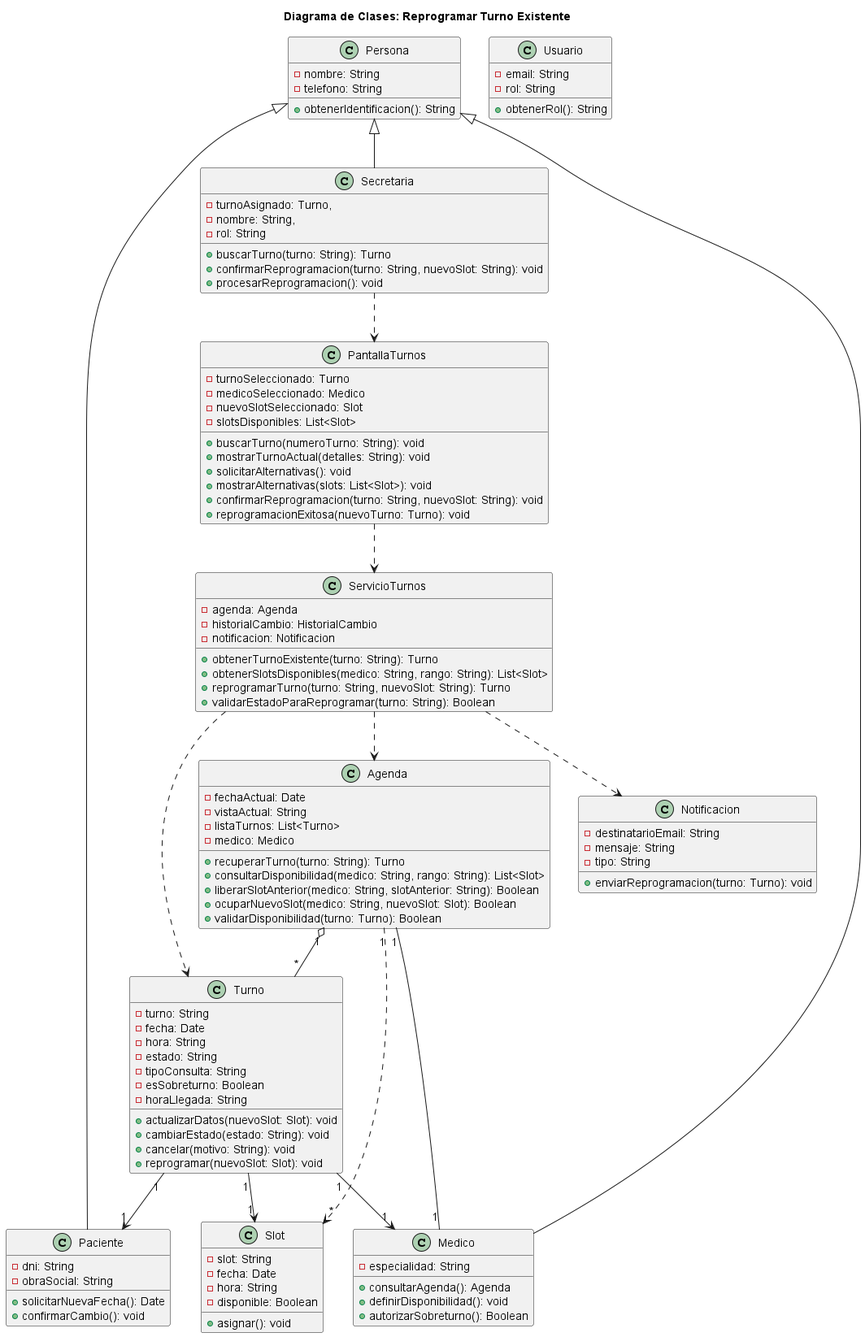
Above: diagramas/01-diagrama-clases/02-clases-reprogramar-turno-02.png in Purezaamor/SistemaTurnosMedicos (PlantUML), before the change.
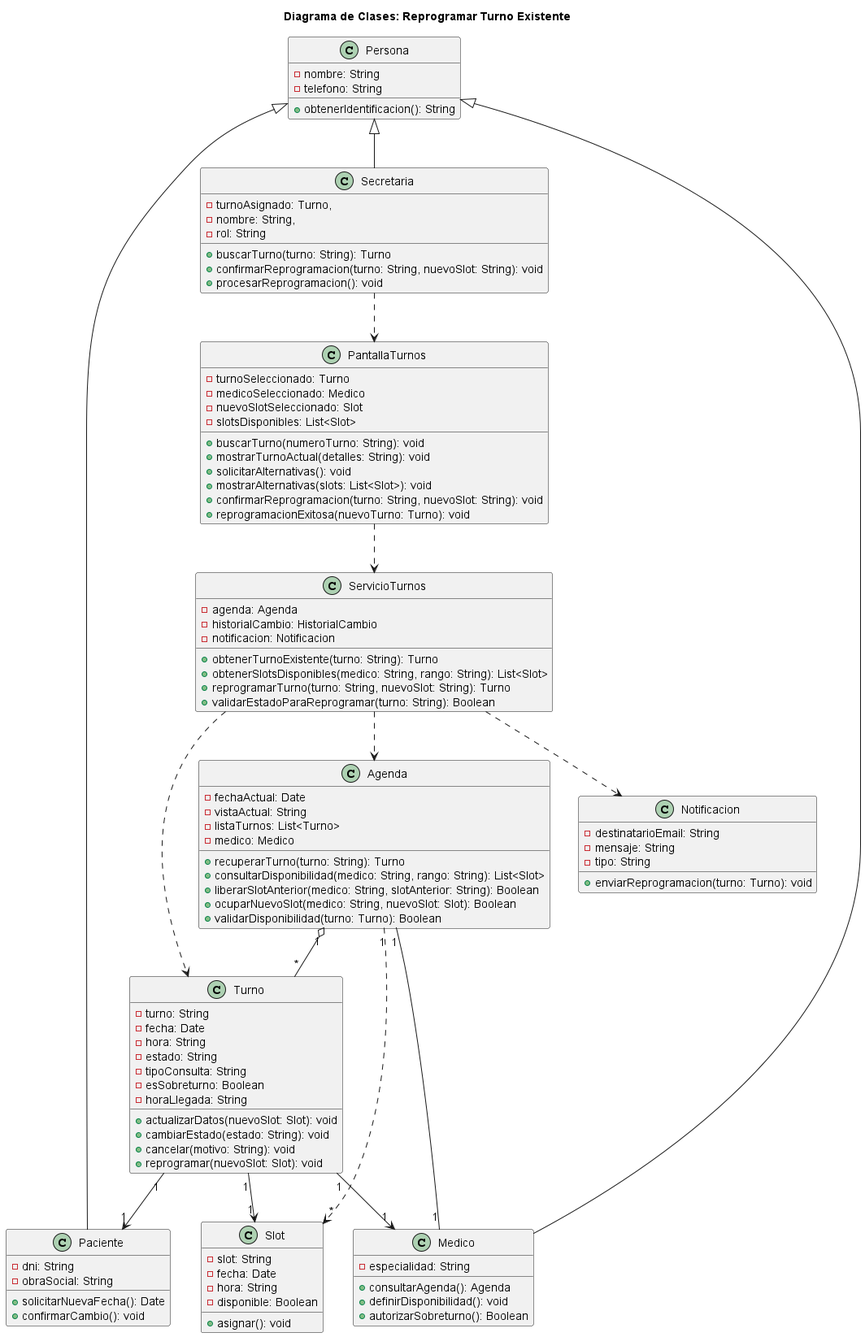
Above is the later version.

Commit message:
Eliminacion de la Clase Usuario en diagramas 02 y 03 ya que no tenia conexion, se agrega clase involucrada notificacion

Change to the diagram source:
```diff
@@ -5,12 +5,6 @@
     - nombre: String
     - telefono: String
     + obtenerIdentificacion(): String
-}
-
-class Usuario {
-    - email: String
-    - rol: String
-    + obtenerRol(): String
 }
 
 class Paciente {
```
